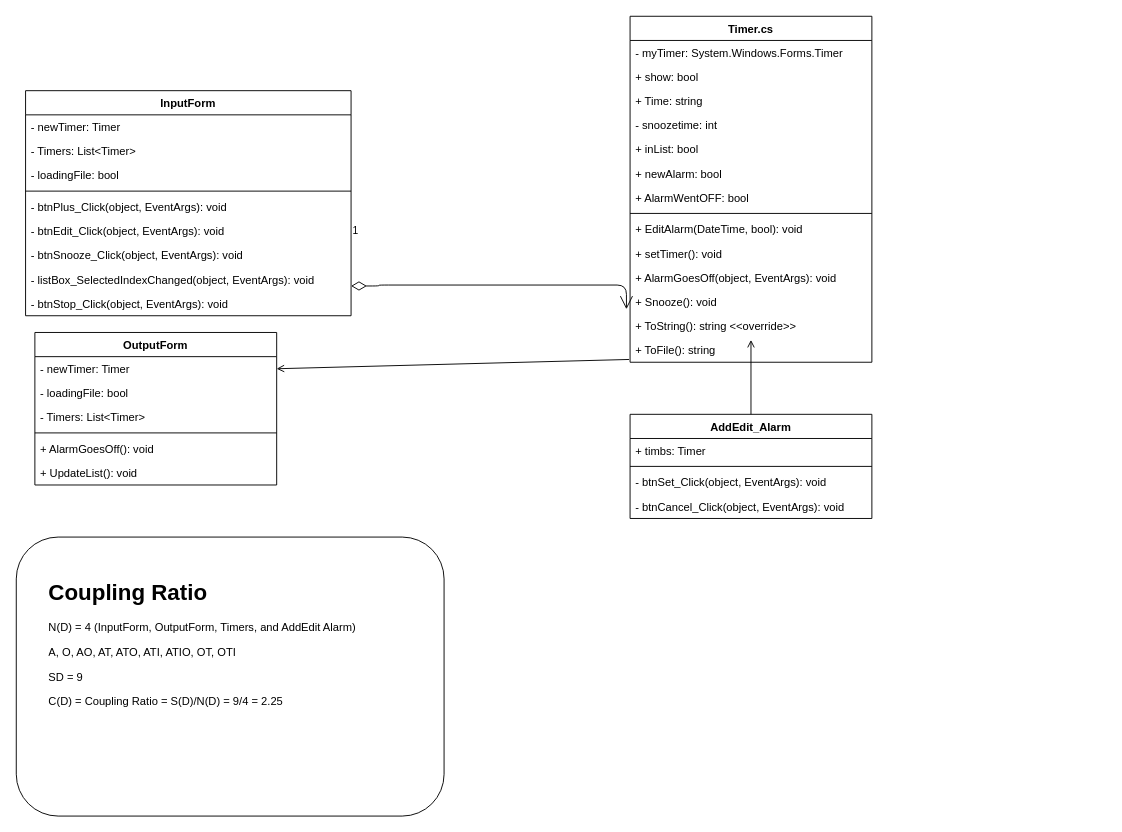
This is page "Alarm501-CD-P1" (1 of 3) of AlarmClock.drawio from Rosebaugh/CS501, a draw.io file, before an edit. Source tidied: cells renumbered, new cells numbered last; positions are measured from the earlier drawing's top-left corner, leaving out a move shared by most shapes. Both pictures are drawn from the tidied source at 93%, with x=0, y=0 at pixel (16, 16).
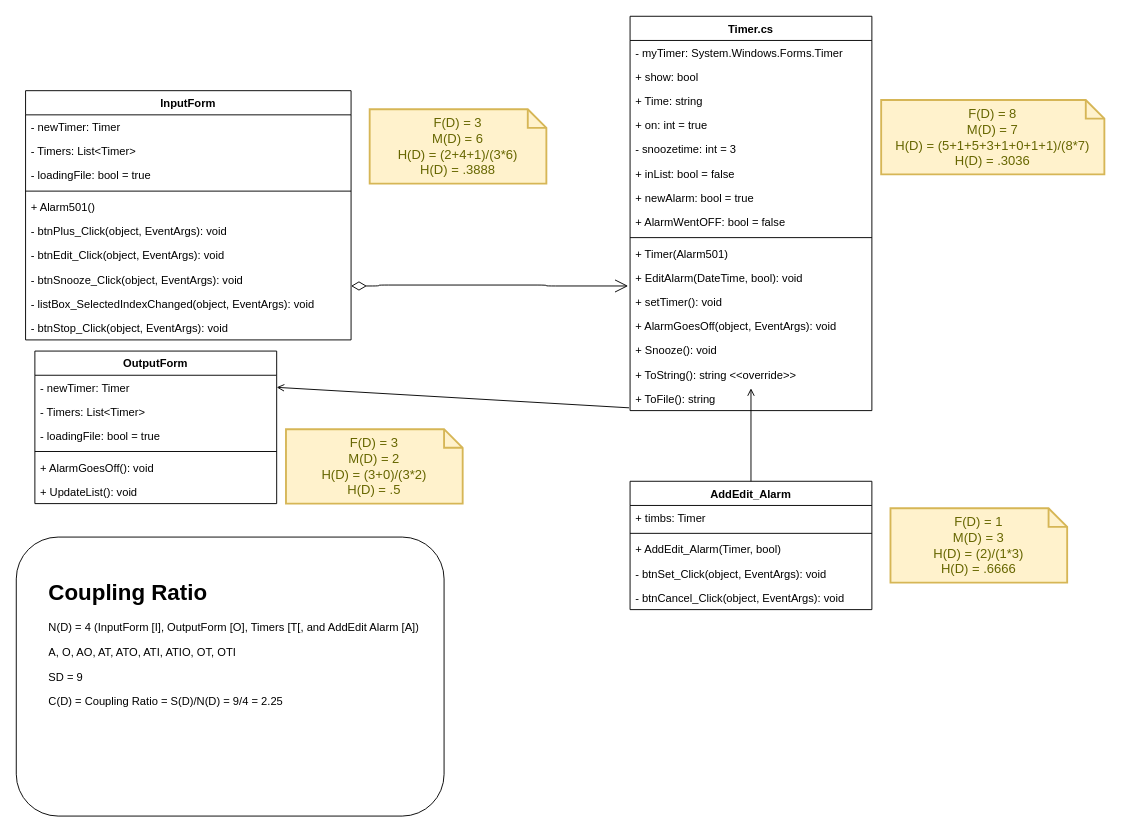
Above is the later version.

Diff of the diagram source:
```diff
@@
-    <mxCell id="3" value="&lt;p style=&quot;line-height: 60%&quot;&gt;&lt;/p&gt;&lt;h1&gt;Coupling Ratio&lt;/h1&gt;&lt;p&gt;N(D) = 4 (InputForm, OutputForm, Timers, and AddEdit Alarm)&lt;/p&gt;&lt;p&gt;A, O, AO, AT, ATO, ATI, ATIO, OT, OTI&lt;/p&gt;&lt;p&gt;SD = 9&lt;/p&gt;&lt;p&gt;C(D) =&amp;nbsp;&lt;span&gt;Coupling Ratio = S(D)/N(D) = 9/4 = 2.25&lt;/span&gt;&lt;/p&gt;&lt;br&gt;&lt;p&gt;&lt;/p&gt;" style="text;html=1;strokeColor=none;fillColor=none;spacing=5;spacingTop=-20;whiteSpace=wrap;overflow=hidden;rounded=0;" parent="1" vertex="1">
+    <mxCell id="3" value="&lt;p style=&quot;line-height: 60%&quot;&gt;&lt;/p&gt;&lt;h1&gt;Coupling Ratio&lt;/h1&gt;&lt;p&gt;N(D) = 4 (InputForm [I], OutputForm [O], Timers [T[, and AddEdit Alarm [A])&lt;/p&gt;&lt;p&gt;A, O, AO, AT, ATO, ATI, ATIO, OT, OTI&lt;/p&gt;&lt;p&gt;SD = 9&lt;/p&gt;&lt;p&gt;C(D) =&amp;nbsp;&lt;span&gt;Coupling Ratio = S(D)/N(D) = 9/4 = 2.25&lt;/span&gt;&lt;/p&gt;&lt;br&gt;&lt;p&gt;&lt;/p&gt;" style="text;html=1;strokeColor=none;fillColor=none;spacing=5;spacingTop=-20;whiteSpace=wrap;overflow=hidden;rounded=0;" parent="1" vertex="1">
       <mxGeometry x="30" y="600" width="410" height="240" as="geometry" />
     </mxCell>
     <mxCell id="4" value="InputForm" style="swimlane;fontStyle=1;align=center;verticalAlign=top;horizontal=1;startSize=26;" parent="1" vertex="1">
-      <mxGeometry x="10" y="80" width="350" height="242" as="geometry" />
+      <mxGeometry x="10" y="80" width="350" height="268" as="geometry" />
     </mxCell>
@@
-    <mxCell id="7" value="- loadingFile: bool" style="text;strokeColor=none;fillColor=none;align=left;verticalAlign=top;spacingLeft=4;spacingRight=4;overflow=hidden;" parent="4" vertex="1">
+    <mxCell id="7" value="- loadingFile: bool = true" style="text;strokeColor=none;fillColor=none;align=left;verticalAlign=top;spacingLeft=4;spacingRight=4;overflow=hidden;" parent="4" vertex="1">
       <mxGeometry y="78" width="350" height="26" as="geometry" />
     </mxCell>
@@
+    <mxCell id="44" value="+ Alarm501()" style="text;strokeColor=none;fillColor=none;align=left;verticalAlign=top;spacingLeft=4;spacingRight=4;overflow=hidden;" parent="4" vertex="1">
+      <mxGeometry y="112" width="350" height="26" as="geometry" />
+    </mxCell>
     <mxCell id="9" value="- btnPlus_Click(object, EventArgs): void" style="text;strokeColor=none;fillColor=none;align=left;verticalAlign=top;spacingLeft=4;spacingRight=4;overflow=hidden;" parent="4" vertex="1">
-      <mxGeometry y="112" width="350" height="26" as="geometry" />
+      <mxGeometry y="138" width="350" height="26" as="geometry" />
     </mxCell>
     <mxCell id="10" value="- btnEdit_Click(object, EventArgs): void" style="text;strokeColor=none;fillColor=none;align=left;verticalAlign=top;spacingLeft=4;spacingRight=4;overflow=hidden;" parent="4" vertex="1">
-      <mxGeometry y="138" width="350" height="26" as="geometry" />
+      <mxGeometry y="164" width="350" height="26" as="geometry" />
     </mxCell>
     <mxCell id="11" value="- btnSnooze_Click(object, EventArgs): void" style="text;strokeColor=none;fillColor=none;align=left;verticalAlign=top;spacingLeft=4;spacingRight=4;overflow=hidden;" parent="4" vertex="1">
-      <mxGeometry y="164" width="350" height="26" as="geometry" />
+      <mxGeometry y="190" width="350" height="26" as="geometry" />
     </mxCell>
     <mxCell id="12" value="- listBox_SelectedIndexChanged(object, EventArgs): void" style="text;strokeColor=none;fillColor=none;align=left;verticalAlign=top;spacingLeft=4;spacingRight=4;overflow=hidden;" parent="4" vertex="1">
-      <mxGeometry y="190" width="350" height="26" as="geometry" />
+      <mxGeometry y="216" width="350" height="26" as="geometry" />
     </mxCell>
     <mxCell id="13" value="- btnStop_Click(object, EventArgs): void" style="text;strokeColor=none;fillColor=none;align=left;verticalAlign=top;spacingLeft=4;spacingRight=4;overflow=hidden;" parent="4" vertex="1">
-      <mxGeometry y="216" width="350" height="26" as="geometry" />
+      <mxGeometry y="242" width="350" height="26" as="geometry" />
     </mxCell>
     <mxCell id="14" value="OutputForm" style="swimlane;fontStyle=1;align=center;verticalAlign=top;horizontal=1;startSize=26;" parent="1" vertex="1">
-      <mxGeometry x="20" y="340" width="260" height="164" as="geometry" />
+      <mxGeometry x="20" y="360" width="260" height="164" as="geometry" />
     </mxCell>
@@
+    <mxCell id="17" value="- Timers: List&lt;Timer&gt;" style="text;strokeColor=none;fillColor=none;align=left;verticalAlign=top;spacingLeft=4;spacingRight=4;overflow=hidden;" parent="14" vertex="1">
+      <mxGeometry y="52" width="260" height="26" as="geometry" />
+    </mxCell>
-    <mxCell id="16" value="- loadingFile: bool" style="text;strokeColor=none;fillColor=none;align=left;verticalAlign=top;spacingLeft=4;spacingRight=4;overflow=hidden;" parent="14" vertex="1">
-      <mxGeometry y="52" width="260" height="26" as="geometry" />
+    <mxCell id="16" value="- loadingFile: bool = true" style="text;strokeColor=none;fillColor=none;align=left;verticalAlign=top;spacingLeft=4;spacingRight=4;overflow=hidden;" parent="14" vertex="1">
+      <mxGeometry y="78" width="260" height="26" as="geometry" />
     </mxCell>
-    <mxCell id="17" value="- Timers: List&lt;Timer&gt;" style="text;strokeColor=none;fillColor=none;align=left;verticalAlign=top;spacingLeft=4;spacingRight=4;overflow=hidden;" parent="14" vertex="1">
-      <mxGeometry y="78" width="260" height="26" as="geometry" />
-    </mxCell>
@@
     <mxCell id="21" value="Timer.cs" style="swimlane;fontStyle=1;align=center;verticalAlign=top;horizontal=1;startSize=26;" parent="1" vertex="1">
-      <mxGeometry x="660" width="260" height="372" as="geometry" />
+      <mxGeometry x="660" width="260" height="424" as="geometry" />
     </mxCell>
@@
+    <mxCell id="45" value="+ on: int = true" style="text;strokeColor=none;fillColor=none;align=left;verticalAlign=top;spacingLeft=4;spacingRight=4;overflow=hidden;" parent="21" vertex="1">
+      <mxGeometry y="104" width="260" height="26" as="geometry" />
+    </mxCell>
-    <mxCell id="25" value="- snoozetime: int" style="text;strokeColor=none;fillColor=none;align=left;verticalAlign=top;spacingLeft=4;spacingRight=4;overflow=hidden;" parent="21" vertex="1">
-      <mxGeometry y="104" width="260" height="26" as="geometry" />
+    <mxCell id="25" value="- snoozetime: int = 3" style="text;strokeColor=none;fillColor=none;align=left;verticalAlign=top;spacingLeft=4;spacingRight=4;overflow=hidden;" parent="21" vertex="1">
+      <mxGeometry y="130" width="260" height="26" as="geometry" />
     </mxCell>
-    <mxCell id="26" value="+ inList: bool" style="text;strokeColor=none;fillColor=none;align=left;verticalAlign=top;spacingLeft=4;spacingRight=4;overflow=hidden;" parent="21" vertex="1">
-      <mxGeometry y="130" width="260" height="26" as="geometry" />
+    <mxCell id="26" value="+ inList: bool = false" style="text;strokeColor=none;fillColor=none;align=left;verticalAlign=top;spacingLeft=4;spacingRight=4;overflow=hidden;" parent="21" vertex="1">
+      <mxGeometry y="156" width="260" height="26" as="geometry" />
     </mxCell>
-    <mxCell id="27" value="+ newAlarm: bool" style="text;strokeColor=none;fillColor=none;align=left;verticalAlign=top;spacingLeft=4;spacingRight=4;overflow=hidden;" parent="21" vertex="1">
-      <mxGeometry y="156" width="260" height="26" as="geometry" />
+    <mxCell id="27" value="+ newAlarm: bool = true" style="text;strokeColor=none;fillColor=none;align=left;verticalAlign=top;spacingLeft=4;spacingRight=4;overflow=hidden;" parent="21" vertex="1">
+      <mxGeometry y="182" width="260" height="26" as="geometry" />
     </mxCell>
-    <mxCell id="28" value="+ AlarmWentOFF: bool" style="text;strokeColor=none;fillColor=none;align=left;verticalAlign=top;spacingLeft=4;spacingRight=4;overflow=hidden;" parent="21" vertex="1">
-      <mxGeometry y="182" width="260" height="26" as="geometry" />
+    <mxCell id="28" value="+ AlarmWentOFF: bool = false" style="text;strokeColor=none;fillColor=none;align=left;verticalAlign=top;spacingLeft=4;spacingRight=4;overflow=hidden;" parent="21" vertex="1">
+      <mxGeometry y="208" width="260" height="26" as="geometry" />
     </mxCell>
     <mxCell id="29" style="line;strokeWidth=1;fillColor=none;align=left;verticalAlign=middle;spacingTop=-1;spacingLeft=3;spacingRight=3;labelPosition=right;" parent="21" vertex="1">
-      <mxGeometry y="208" width="260" height="8" as="geometry" />
+      <mxGeometry y="234" width="260" height="8" as="geometry" />
     </mxCell>
+    <mxCell id="46" value="+ Timer(Alarm501)" style="text;strokeColor=none;fillColor=none;align=left;verticalAlign=top;spacingLeft=4;spacingRight=4;overflow=hidden;" parent="21" vertex="1">
+      <mxGeometry y="242" width="260" height="26" as="geometry" />
+    </mxCell>
     <mxCell id="30" value="+ EditAlarm(DateTime, bool): void" style="text;strokeColor=none;fillColor=none;align=left;verticalAlign=top;spacingLeft=4;spacingRight=4;overflow=hidden;" parent="21" vertex="1">
-      <mxGeometry y="216" width="260" height="26" as="geometry" />
+      <mxGeometry y="268" width="260" height="26" as="geometry" />
     </mxCell>
     <mxCell id="31" value="+ setTimer(): void" style="text;strokeColor=none;fillColor=none;align=left;verticalAlign=top;spacingLeft=4;spacingRight=4;overflow=hidden;points=[[0,0.5],[1,0.5]];portConstraint=eastwest;" parent="21" vertex="1">
-      <mxGeometry y="242" width="260" height="26" as="geometry" />
+      <mxGeometry y="294" width="260" height="26" as="geometry" />
     </mxCell>
     <mxCell id="32" value="+ AlarmGoesOff(object, EventArgs): void" style="text;strokeColor=none;fillColor=none;align=left;verticalAlign=top;spacingLeft=4;spacingRight=4;overflow=hidden;" parent="21" vertex="1">
-      <mxGeometry y="268" width="260" height="26" as="geometry" />
+      <mxGeometry y="320" width="260" height="26" as="geometry" />
     </mxCell>
     <mxCell id="33" value="+ Snooze(): void" style="text;strokeColor=none;fillColor=none;align=left;verticalAlign=top;spacingLeft=4;spacingRight=4;overflow=hidden;points=[[0,0.5],[1,0.5]];portConstraint=eastwest;" parent="21" vertex="1">
-      <mxGeometry y="294" width="260" height="26" as="geometry" />
+      <mxGeometry y="346" width="260" height="26" as="geometry" />
     </mxCell>
     <mxCell id="34" value="+ ToString(): string &lt;&lt;override&gt;&gt;" style="text;strokeColor=none;fillColor=none;align=left;verticalAlign=top;spacingLeft=4;spacingRight=4;overflow=hidden;" parent="21" vertex="1">
-      <mxGeometry y="320" width="260" height="26" as="geometry" />
+      <mxGeometry y="372" width="260" height="26" as="geometry" />
     </mxCell>
     <mxCell id="35" value="+ ToFile(): string" style="text;strokeColor=none;fillColor=none;align=left;verticalAlign=top;spacingLeft=4;spacingRight=4;overflow=hidden;points=[[0,0.5],[1,0.5]];portConstraint=eastwest;" parent="21" vertex="1">
-      <mxGeometry y="346" width="260" height="26" as="geometry" />
+      <mxGeometry y="398" width="260" height="26" as="geometry" />
     </mxCell>
     <mxCell id="36" value="AddEdit_Alarm" style="swimlane;fontStyle=1;align=center;verticalAlign=top;horizontal=1;startSize=26;" parent="1" vertex="1">
-      <mxGeometry x="660" y="428" width="260" height="112" as="geometry" />
+      <mxGeometry x="660" y="500" width="260" height="138" as="geometry" />
     </mxCell>
@@
+    <mxCell id="47" value="+ AddEdit_Alarm(Timer, bool)" style="text;strokeColor=none;fillColor=none;align=left;verticalAlign=top;spacingLeft=4;spacingRight=4;overflow=hidden;" parent="36" vertex="1">
+      <mxGeometry y="60" width="260" height="26" as="geometry" />
+    </mxCell>
     <mxCell id="39" value="- btnSet_Click(object, EventArgs): void" style="text;strokeColor=none;fillColor=none;align=left;verticalAlign=top;spacingLeft=4;spacingRight=4;overflow=hidden;" parent="36" vertex="1">
-      <mxGeometry y="60" width="260" height="26" as="geometry" />
+      <mxGeometry y="86" width="260" height="26" as="geometry" />
     </mxCell>
     <mxCell id="40" value="- btnCancel_Click(object, EventArgs): void" style="text;strokeColor=none;fillColor=none;align=left;verticalAlign=top;spacingLeft=4;spacingRight=4;overflow=hidden;" parent="36" vertex="1">
-      <mxGeometry y="86" width="260" height="26" as="geometry" />
+      <mxGeometry y="112" width="260" height="26" as="geometry" />
     </mxCell>
     <mxCell id="41" value="&lt;br&gt;" style="html=1;verticalAlign=bottom;endArrow=open;endFill=0;exitX=0.5;exitY=0;exitDx=0;exitDy=0;" parent="1" edge="1" source="36">
       <mxGeometry x="0.2" y="-10" relative="1" as="geometry">
-        <mxPoint x="790" y="348" as="targetPoint" />
+        <mxPoint x="790" y="400" as="targetPoint" />
       </mxGeometry>
     </mxCell>
@@
-    <mxCell id="43" value="1" style="endArrow=open;html=1;endSize=12;startArrow=diamondThin;startSize=14;startFill=0;edgeStyle=orthogonalEdgeStyle;align=left;verticalAlign=bottom;entryX=-0.015;entryY=0.808;entryDx=0;entryDy=0;entryPerimeter=0;" parent="1" edge="1" target="33">
+    <mxCell id="43" style="endArrow=open;html=1;endSize=12;startArrow=diamondThin;startSize=14;startFill=0;edgeStyle=orthogonalEdgeStyle;align=left;verticalAlign=bottom;entryX=-0.008;entryY=-0.154;entryDx=0;entryDy=0;entryPerimeter=0;" parent="1" edge="1" target="31">
       <mxGeometry x="-1" y="50" relative="1" as="geometry">
         <mxPoint x="360" y="290" as="sourcePoint" />
         <Array as="points">
           <mxPoint x="390" y="290" />
           <mxPoint x="390" y="289" />
+          <mxPoint x="570" y="289" />
+          <mxPoint x="570" y="290" />
         </Array>
       </mxGeometry>
     </mxCell>
+    <mxCell id="48" value="F(D) = 3&lt;br&gt;M(D) = 6&lt;br&gt;H(D) = (2+4+1)/(3*6)&lt;br&gt;H(D) = .3888" style="shape=note;strokeWidth=2;fontSize=14;size=20;whiteSpace=wrap;html=1;fillColor=#fff2cc;strokeColor=#d6b656;fontColor=#666600;" parent="1" vertex="1">
+      <mxGeometry x="380" y="100" width="190" height="80" as="geometry" />
+    </mxCell>
+    <mxCell id="49" value="F(D) = 1&lt;br&gt;M(D) = 3&lt;br&gt;H(D) = (2)/(1*3)&lt;br&gt;H(D) = .6666" style="shape=note;strokeWidth=2;fontSize=14;size=20;whiteSpace=wrap;html=1;fillColor=#fff2cc;strokeColor=#d6b656;fontColor=#666600;" parent="1" vertex="1">
+      <mxGeometry x="940" y="529" width="190" height="80" as="geometry" />
+    </mxCell>
+    <mxCell id="50" value="F(D) = 8&lt;br&gt;M(D) = 7&lt;br&gt;H(D) = (5+1+5+3+1+0+1+1)/(8*7)&lt;br&gt;H(D) = .3036" style="shape=note;strokeWidth=2;fontSize=14;size=20;whiteSpace=wrap;html=1;fillColor=#fff2cc;strokeColor=#d6b656;fontColor=#666600;" parent="1" vertex="1">
+      <mxGeometry x="930" y="90" width="240" height="80" as="geometry" />
+    </mxCell>
+    <mxCell id="51" value="F(D) = 3&lt;br&gt;M(D) = 2&lt;br&gt;H(D) = (3+0)/(3*2)&lt;br&gt;H(D) = .5" style="shape=note;strokeWidth=2;fontSize=14;size=20;whiteSpace=wrap;html=1;fillColor=#fff2cc;strokeColor=#d6b656;fontColor=#666600;" parent="1" vertex="1">
+      <mxGeometry x="290" y="444" width="190" height="80" as="geometry" />
+    </mxCell>
```
